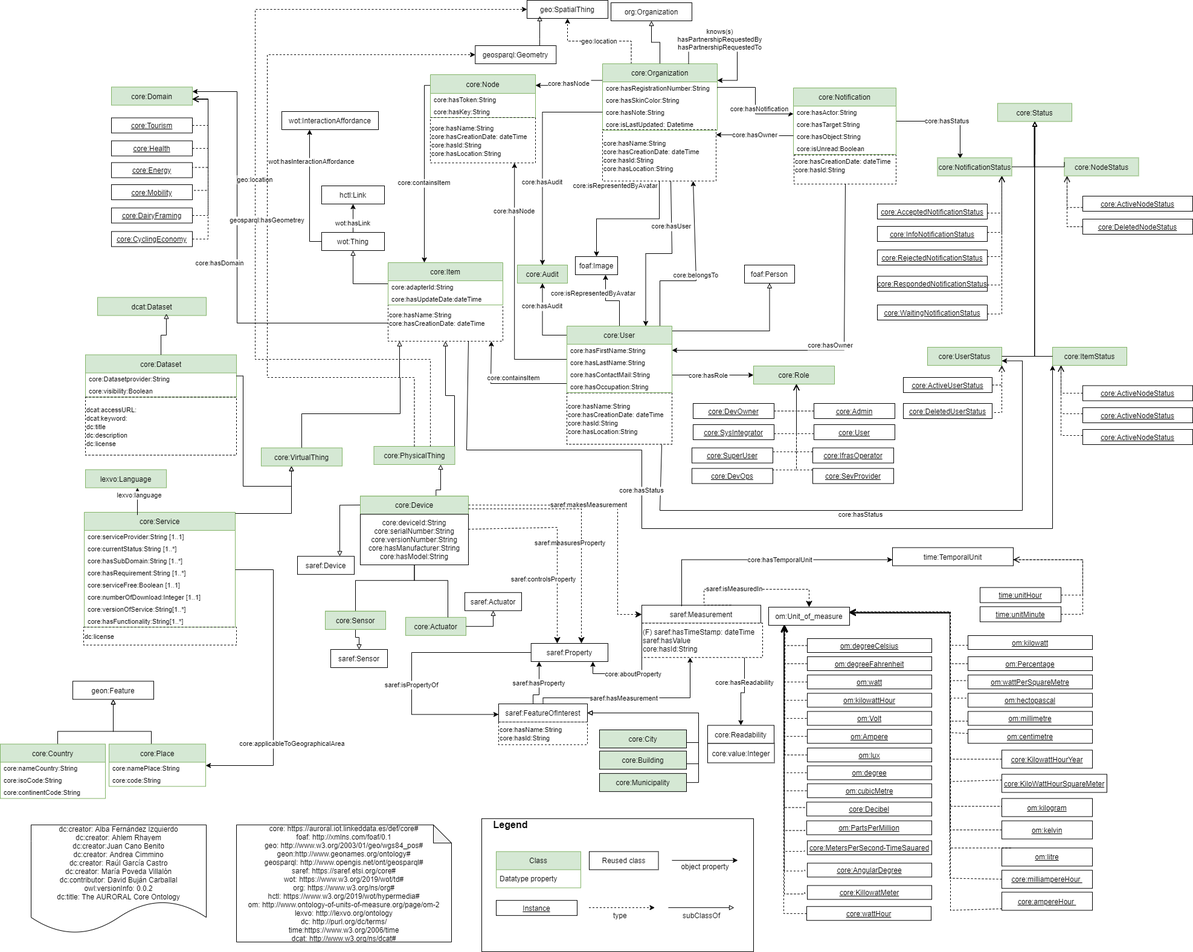
This is diagrams/core.png from oeg-upm/auroral-core-ontology, a draw.io export, as it was before one commit. Source tidied: cells renumbered, new cells last; positions are measured from the earlier drawing's top-left corner, leaving out a move shared by most shapes.
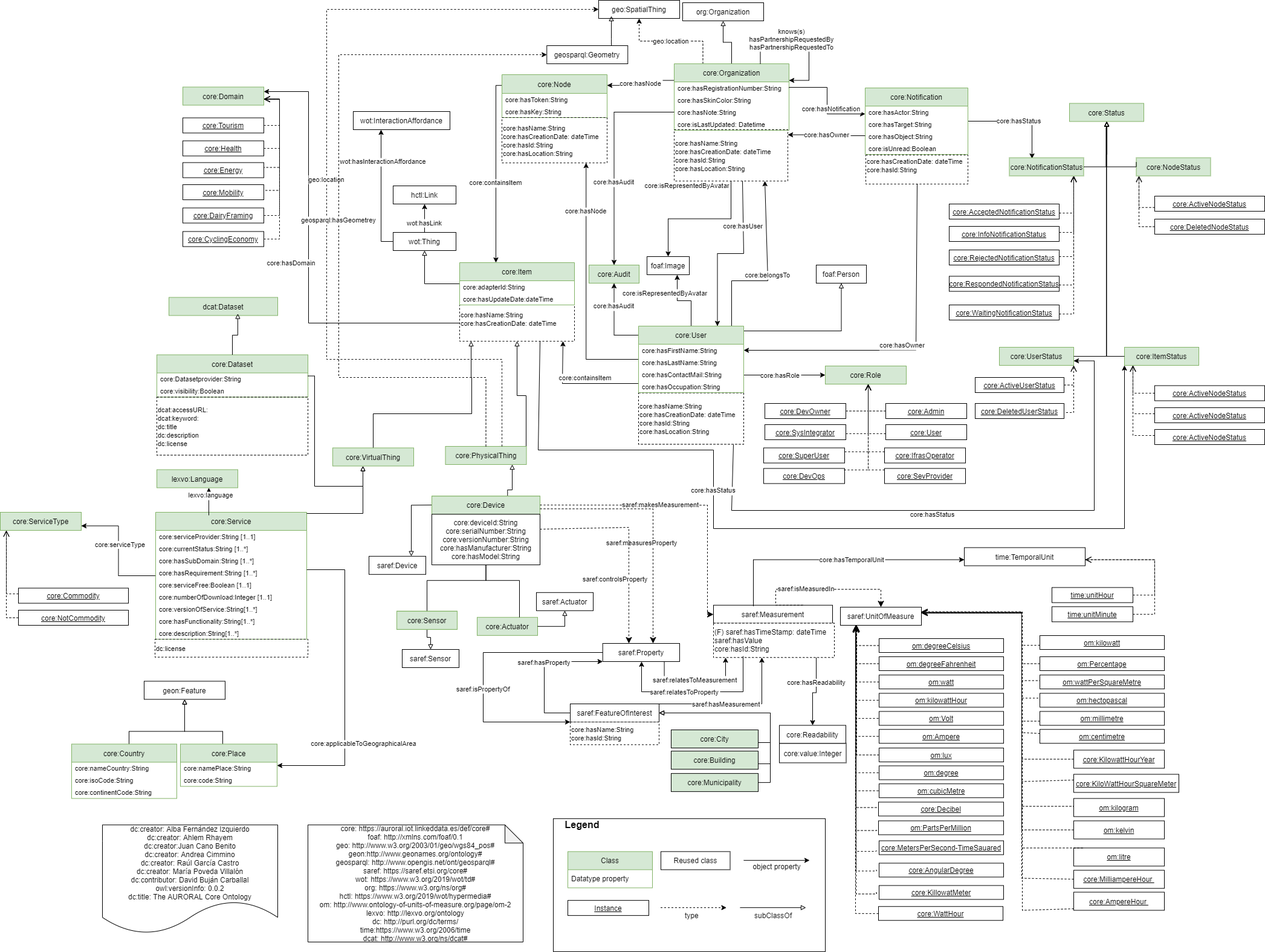
The same diagram one commit later.

Change to the diagram source:
```diff
@@ -358,7 +358,7 @@
     <mxCell id="81" value="saref:Property" style="rounded=0;whiteSpace=wrap;html=1;points=[[0.1,0],[0.2,0],[0.3,0],[0.4,0],[0.5,0],[0.6,0],[0.7,0],[0.8,0],[0.9,0],[0,0.1],[0,0.3],[0,0.5],[0,0.7],[0,0.9],[0.1,1],[0.2,1],[0.3,1],[0.4,1],[0.5,1],[0.6,1],[0.7,1],[0.8,1],[0.9,1],[1,0.1],[1,0.3],[1,0.5],[1,0.7],[1,0.9]];" parent="1" vertex="1">
       <mxGeometry x="878.8" y="1064" width="127.2" height="30" as="geometry" />
     </mxCell>
-    <mxCell id="82" value="om:Unit_of_measure" style="rounded=0;whiteSpace=wrap;html=1;points=[[0.1,0],[0.2,0],[0.3,0],[0.4,0],[0.5,0],[0.6,0],[0.7,0],[0.8,0],[0.9,0],[0,0.1],[0,0.3],[0,0.5],[0,0.7],[0,0.9],[0.1,1],[0.2,1],[0.3,1],[0.4,1],[0.5,1],[0.6,1],[0.7,1],[0.8,1],[0.9,1],[1,0.1],[1,0.3],[1,0.5],[1,0.7],[1,0.9]];" parent="1" vertex="1">
+    <mxCell id="82" value="saref:UnitOfMeasure" style="rounded=0;whiteSpace=wrap;html=1;points=[[0.1,0],[0.2,0],[0.3,0],[0.4,0],[0.5,0],[0.6,0],[0.7,0],[0.8,0],[0.9,0],[0,0.1],[0,0.3],[0,0.5],[0,0.7],[0,0.9],[0.1,1],[0.2,1],[0.3,1],[0.4,1],[0.5,1],[0.6,1],[0.7,1],[0.8,1],[0.9,1],[1,0.1],[1,0.3],[1,0.5],[1,0.7],[1,0.9]];" parent="1" vertex="1">
       <mxGeometry x="1272" y="1004" width="134" height="30" as="geometry" />
     </mxCell>
     <mxCell id="83" value="saref:Measurement" style="rounded=0;whiteSpace=wrap;html=1;" parent="1" vertex="1">
@@ -391,14 +391,6 @@
     <mxCell id="88" value="(F) saref:hasTimeStamp: dateTime&lt;br&gt;saref:hasValue&lt;br&gt;core:hasId:String" style="rounded=0;whiteSpace=wrap;html=1;snapToPoint=1;points=[[0.1,0],[0.2,0],[0.3,0],[0.4,0],[0.5,0],[0.6,0],[0.7,0],[0.8,0],[0.9,0],[0,0.1],[0,0.3],[0,0.5],[0,0.7],[0,0.9],[0.1,1],[0.2,1],[0.3,1],[0.4,1],[0.5,1],[0.6,1],[0.7,1],[0.8,1],[0.9,1],[1,0.1],[1,0.3],[1,0.5],[1,0.7],[1,0.9]];dashed=1;align=left;" parent="1" vertex="1">
       <mxGeometry x="1062" y="1030.5" width="200" height="56.8" as="geometry" />
     </mxCell>
-    <mxCell id="89" value="core:aboutProperty" style="edgeStyle=orthogonalEdgeStyle;rounded=0;jettySize=auto;exitX=0;exitY=0.5;exitDx=0;exitDy=0;fontSize=11;endArrow=classic;endFill=1;" parent="1" edge="1" source="83" target="81">
-      <mxGeometry x="0.13" relative="1" as="geometry">
-        <Array as="points">
-          <mxPoint x="1062" y="1114" />
-          <mxPoint x="981" y="1114" />
-        </Array>
-      </mxGeometry>
-    </mxCell>
     <mxCell id="90" style="endArrow=open;html=1;fontColor=#000099;endFill=0;dashed=1;endSize=8;exitX=0;exitY=0.5;exitDx=0;exitDy=0;edgeStyle=orthogonalEdgeStyle;arcSize=0;entryX=0.2;entryY=1;entryDx=0;entryDy=0;" parent="1" edge="1" source="91" target="82">
       <mxGeometry relative="1" as="geometry" />
     </mxCell>
@@ -534,8 +526,16 @@
         </Array>
       </mxGeometry>
     </mxCell>
+    <mxCell id="295" style="edgeStyle=orthogonalEdgeStyle;rounded=0;jettySize=auto;html=1;entryX=1;entryY=0.75;entryDx=0;entryDy=0;" parent="1" edge="1" source="118" target="298">
+      <mxGeometry relative="1" as="geometry" />
+    </mxCell>
+    <mxCell id="296" value="core:serviceType" style="edgeLabel;html=1;align=center;verticalAlign=middle;" parent="295" vertex="1">
+      <mxGeometry x="0.1" y="-1" relative="1" as="geometry">
+        <mxPoint x="1" as="offset" />
+      </mxGeometry>
+    </mxCell>
     <mxCell id="118" value="core:Service" style="swimlane;fontStyle=0;horizontal=1;startSize=30;fillColor=#d5e8d4;strokeColor=#82b366;" parent="1" vertex="1">
-      <mxGeometry x="139" y="847" width="250" height="190" as="geometry" />
+      <mxGeometry x="139" y="847" width="250" height="210" as="geometry" />
     </mxCell>
     <mxCell id="119" value="core:serviceProvider:String [1..1]" style="text;strokeColor=none;fillColor=none;align=left;verticalAlign=middle;spacingLeft=4;spacingRight=4;overflow=hidden;fontSize=11;" parent="118" vertex="1">
       <mxGeometry y="30" width="250" height="20" as="geometry" />
@@ -561,6 +561,9 @@
     <mxCell id="126" value="core:hasFunctionality:String[1..*]" style="text;strokeColor=none;fillColor=none;align=left;verticalAlign=middle;spacingLeft=4;spacingRight=4;overflow=hidden;fontSize=11;" parent="118" vertex="1">
       <mxGeometry y="170" width="250" height="20" as="geometry" />
     </mxCell>
+    <mxCell id="297" value="core:description:String[1..*]" style="text;strokeColor=none;fillColor=none;align=left;verticalAlign=middle;spacingLeft=4;spacingRight=4;overflow=hidden;fontSize=11;" parent="118" vertex="1">
+      <mxGeometry y="190" width="250" height="20" as="geometry" />
+    </mxCell>
     <mxCell id="127" value="core:PhysicalThing" style="rounded=0;whiteSpace=wrap;html=1;fillColor=#d5e8d4;strokeColor=#82b366;" parent="1" vertex="1">
       <mxGeometry x="618.5" y="738" width="134" height="30" as="geometry" />
     </mxCell>
@@ -634,23 +637,23 @@
     <mxCell id="145" value="saref:hasProperty" style="edgeStyle=orthogonalEdgeStyle;rounded=0;jettySize=auto;fontSize=11;endArrow=classic;endFill=1;" parent="1" edge="1" source="133" target="81">
       <mxGeometry x="0.13" relative="1" as="geometry">
         <Array as="points">
-          <mxPoint x="882" y="1149" />
-          <mxPoint x="892" y="1149" />
+          <mxPoint x="782" y="1179" />
+          <mxPoint x="782" y="1094" />
         </Array>
       </mxGeometry>
     </mxCell>
     <mxCell id="146" value="saref:isPropertyOf" style="edgeStyle=orthogonalEdgeStyle;rounded=0;jettySize=auto;fontSize=11;endArrow=classic;endFill=1;" parent="1" edge="1" source="81" target="133">
       <mxGeometry x="0.13" relative="1" as="geometry">
         <Array as="points">
-          <mxPoint x="681" y="1181.5" />
+          <mxPoint x="681" y="1079" />
+          <mxPoint x="681" y="1194" />
         </Array>
       </mxGeometry>
     </mxCell>
     <mxCell id="147" value="saref:hasMeasurement" style="edgeStyle=orthogonalEdgeStyle;rounded=0;jettySize=auto;fontSize=11;endArrow=classic;endFill=1;entryX=0.4;entryY=1;entryDx=0;entryDy=0;" parent="1" edge="1" source="133" target="88">
       <mxGeometry x="-0.1" relative="1" as="geometry">
         <Array as="points">
-          <mxPoint x="899" y="1154" />
-          <mxPoint x="1142" y="1154" />
+          <mxPoint x="1142" y="1164" />
         </Array>
       </mxGeometry>
     </mxCell>
@@ -889,7 +892,7 @@
         </Array>
       </mxGeometry>
     </mxCell>
-    <mxCell id="187" value="&lt;u&gt;core:milliampereHour&amp;nbsp;&lt;/u&gt;" style="rounded=0;whiteSpace=wrap;html=1;snapToPoint=1;points=[[0.1,0],[0.2,0],[0.3,0],[0.4,0],[0.5,0],[0.6,0],[0.7,0],[0.8,0],[0.9,0],[0,0.1],[0,0.3],[0,0.5],[0,0.7],[0,0.9],[0.1,1],[0.2,1],[0.3,1],[0.4,1],[0.5,1],[0.6,1],[0.7,1],[0.8,1],[0.9,1],[1,0.1],[1,0.3],[1,0.5],[1,0.7],[1,0.9]];" parent="1" vertex="1">
+    <mxCell id="187" value="&lt;u&gt;core:MilliampereHour&amp;nbsp;&lt;/u&gt;" style="rounded=0;whiteSpace=wrap;html=1;snapToPoint=1;points=[[0.1,0],[0.2,0],[0.3,0],[0.4,0],[0.5,0],[0.6,0],[0.7,0],[0.8,0],[0.9,0],[0,0.1],[0,0.3],[0,0.5],[0,0.7],[0,0.9],[0.1,1],[0.2,1],[0.3,1],[0.4,1],[0.5,1],[0.6,1],[0.7,1],[0.8,1],[0.9,1],[1,0.1],[1,0.3],[1,0.5],[1,0.7],[1,0.9]];" parent="1" vertex="1">
       <mxGeometry x="1658" y="1439.2" width="150" height="30" as="geometry" />
     </mxCell>
     <mxCell id="188" style="endArrow=open;html=1;fontColor=#000099;endFill=0;dashed=1;endSize=8;edgeStyle=orthogonalEdgeStyle;arcSize=0;" parent="1" edge="1" source="187">
@@ -901,7 +904,7 @@
         </Array>
       </mxGeometry>
     </mxCell>
-    <mxCell id="189" value="&lt;u&gt;core:ampereHour&amp;nbsp;&lt;/u&gt;" style="rounded=0;whiteSpace=wrap;html=1;snapToPoint=1;points=[[0.1,0],[0.2,0],[0.3,0],[0.4,0],[0.5,0],[0.6,0],[0.7,0],[0.8,0],[0.9,0],[0,0.1],[0,0.3],[0,0.5],[0,0.7],[0,0.9],[0.1,1],[0.2,1],[0.3,1],[0.4,1],[0.5,1],[0.6,1],[0.7,1],[0.8,1],[0.9,1],[1,0.1],[1,0.3],[1,0.5],[1,0.7],[1,0.9]];" parent="1" vertex="1">
+    <mxCell id="189" value="&lt;u&gt;core:AmpereHour&amp;nbsp;&lt;/u&gt;" style="rounded=0;whiteSpace=wrap;html=1;snapToPoint=1;points=[[0.1,0],[0.2,0],[0.3,0],[0.4,0],[0.5,0],[0.6,0],[0.7,0],[0.8,0],[0.9,0],[0,0.1],[0,0.3],[0,0.5],[0,0.7],[0,0.9],[0.1,1],[0.2,1],[0.3,1],[0.4,1],[0.5,1],[0.6,1],[0.7,1],[0.8,1],[0.9,1],[1,0.1],[1,0.3],[1,0.5],[1,0.7],[1,0.9]];" parent="1" vertex="1">
       <mxGeometry x="1658" y="1475.5" width="150" height="30" as="geometry" />
     </mxCell>
     <mxCell id="190" style="endArrow=open;html=1;fontColor=#000099;endFill=0;dashed=1;endSize=8;edgeStyle=orthogonalEdgeStyle;arcSize=0;" parent="1" edge="1" source="189" target="82">
@@ -948,7 +951,7 @@
         </Array>
       </mxGeometry>
     </mxCell>
-    <mxCell id="198" value="&lt;u&gt;core:wattHour&lt;/u&gt;" style="rounded=0;whiteSpace=wrap;html=1;snapToPoint=1;points=[[0.1,0],[0.2,0],[0.3,0],[0.4,0],[0.5,0],[0.6,0],[0.7,0],[0.8,0],[0.9,0],[0,0.1],[0,0.3],[0,0.5],[0,0.7],[0,0.9],[0.1,1],[0.2,1],[0.3,1],[0.4,1],[0.5,1],[0.6,1],[0.7,1],[0.8,1],[0.9,1],[1,0.1],[1,0.3],[1,0.5],[1,0.7],[1,0.9]];" parent="1" vertex="1">
+    <mxCell id="198" value="&lt;u&gt;core:WattHour&lt;/u&gt;" style="rounded=0;whiteSpace=wrap;html=1;snapToPoint=1;points=[[0.1,0],[0.2,0],[0.3,0],[0.4,0],[0.5,0],[0.6,0],[0.7,0],[0.8,0],[0.9,0],[0,0.1],[0,0.3],[0,0.5],[0,0.7],[0,0.9],[0.1,1],[0.2,1],[0.3,1],[0.4,1],[0.5,1],[0.6,1],[0.7,1],[0.8,1],[0.9,1],[1,0.1],[1,0.3],[1,0.5],[1,0.7],[1,0.9]];" parent="1" vertex="1">
       <mxGeometry x="1335" y="1499.2" width="206" height="23" as="geometry" />
     </mxCell>
     <mxCell id="199" style="endArrow=open;html=1;fontColor=#000099;endFill=0;dashed=1;endSize=8;edgeStyle=orthogonalEdgeStyle;arcSize=0;" parent="1" edge="1" source="198" target="82">
@@ -1377,8 +1380,8 @@
     <mxCell id="288" style="endArrow=classic;html=1;endSize=8;dashed=1;arcSize=0;edgeStyle=orthogonalEdgeStyle;" parent="1" edge="1" source="255" target="83">
       <mxGeometry relative="1" as="geometry">
         <Array as="points">
-          <mxPoint x="1022" y="835" />
-          <mxPoint x="1022" y="1016" />
+          <mxPoint x="1052" y="835" />
+          <mxPoint x="1052" y="1016" />
         </Array>
       </mxGeometry>
     </mxCell>
@@ -1412,7 +1415,46 @@
       </mxGeometry>
     </mxCell>
     <mxCell id="294" value="&lt;font style=&quot;font-size: 11px&quot;&gt;dc:license&lt;/font&gt;" style="rounded=0;whiteSpace=wrap;html=1;dashed=1;align=left;fillColor=none;" parent="1" vertex="1">
-      <mxGeometry x="138" y="1037" width="253" height="29.7" as="geometry" />
+      <mxGeometry x="138" y="1057" width="253" height="29.7" as="geometry" />
     </mxCell>
+    <mxCell id="298" value="core:ServiceType" style="rounded=0;whiteSpace=wrap;html=1;fillColor=#d5e8d4;strokeColor=#82b366;" parent="1" vertex="1">
+      <mxGeometry x="-118" y="847" width="134" height="30" as="geometry" />
+    </mxCell>
+    <mxCell id="299" value="&lt;u&gt;core:Commodity&lt;/u&gt;" style="rounded=0;whiteSpace=wrap;html=1;" parent="1" vertex="1">
+      <mxGeometry x="-88" y="972.5" width="182" height="25" as="geometry" />
+    </mxCell>
+    <mxCell id="300" value="&lt;u&gt;core:NotCommodity&lt;/u&gt;" style="rounded=0;whiteSpace=wrap;html=1;" parent="1" vertex="1">
+      <mxGeometry x="-88" y="1009" width="182" height="25" as="geometry" />
+    </mxCell>
+    <mxCell id="301" style="endArrow=open;html=1;fontColor=#000099;endFill=0;dashed=1;endSize=8;edgeStyle=orthogonalEdgeStyle;arcSize=0;" parent="1" edge="1" source="299" target="298">
+      <mxGeometry relative="1" as="geometry">
+        <Array as="points">
+          <mxPoint x="-108" y="982" />
+        </Array>
+      </mxGeometry>
+    </mxCell>
+    <mxCell id="302" style="endArrow=open;html=1;fontColor=#000099;endFill=0;dashed=1;endSize=8;edgeStyle=orthogonalEdgeStyle;arcSize=0;" parent="1" edge="1" source="300" target="298">
+      <mxGeometry relative="1" as="geometry">
+        <Array as="points">
+          <mxPoint x="-108" y="1022" />
+        </Array>
+      </mxGeometry>
+    </mxCell>
+    <mxCell id="303" value="saref:relatesToProperty" style="edgeStyle=orthogonalEdgeStyle;rounded=0;jettySize=auto;fontSize=11;endArrow=classic;endFill=1;exitX=0.245;exitY=0.96;exitDx=0;exitDy=0;exitPerimeter=0;" parent="1" edge="1" source="88" target="81">
+      <mxGeometry x="0.13" relative="1" as="geometry">
+        <Array as="points">
+          <mxPoint x="1111" y="1144" />
+          <mxPoint x="943" y="1144" />
+        </Array>
+      </mxGeometry>
+    </mxCell>
+    <mxCell id="304" value="saref:relatesToMeasurement" style="edgeStyle=orthogonalEdgeStyle;rounded=0;jettySize=auto;fontSize=11;endArrow=classic;endFill=1;exitX=0.8;exitY=1;exitDx=0;exitDy=0;entryX=0.1;entryY=1;entryDx=0;entryDy=0;" parent="1" edge="1" source="81" target="88">
+      <mxGeometry x="-0.03" relative="1" as="geometry">
+        <Array as="points">
+          <mxPoint x="981" y="1124" />
+          <mxPoint x="1082" y="1124" />
+        </Array>
+      </mxGeometry>
+    </mxCell>
   </root>
 </mxGraphModel>
```
